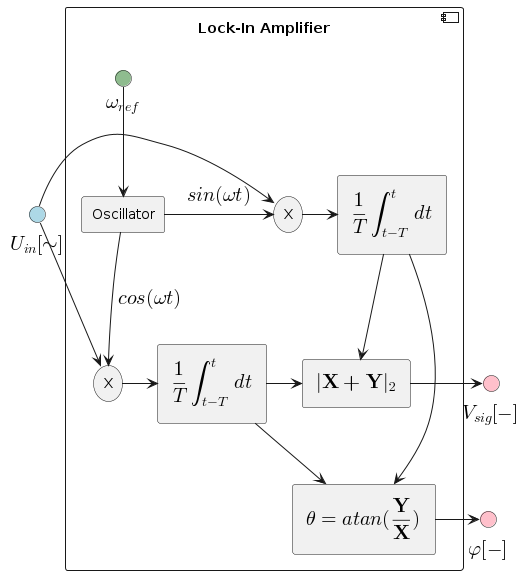
Earlier version of the PlantUML export afm_spm_components/images/lockin.png (nsulmol/documentation).
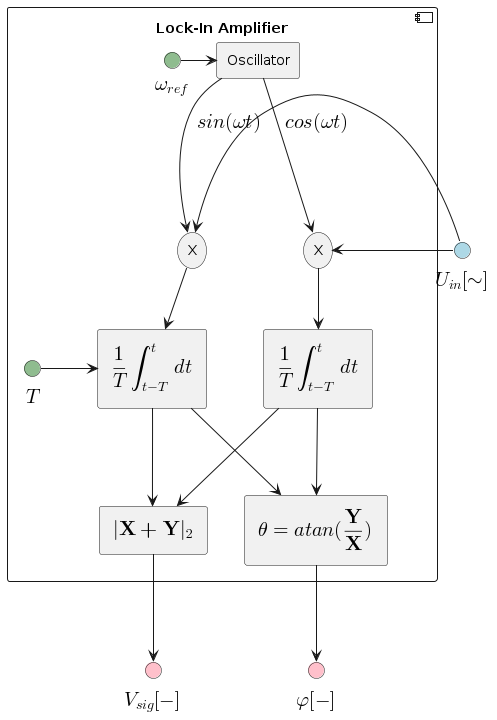
Later version of the same file.

What changed in the source:
```diff
@@ -5,37 +5,44 @@
 
 component "Lock-In Amplifier" as lockin {
   interface "<latex>\omega_{ref}</latex>" <<param>> as ang_freq
+  interface "<latex>T</latex>" <<param>> as avg_cycles
   rectangle "Oscillator" as sine_gen
-  rectangle "<latex>\frac{1}{T}\int_{t-T}^{t}dt</latex>" as integrator1
-  rectangle "<latex>\frac{1}{T}\int_{t-T}^{t}dt</latex>" as integrator2
-  storage X as x1
-  storage X as x2
   rectangle "<latex>|\textbf{X+Y}|_2</latex>" as l2_norm
   rectangle "<latex>\theta=atan(\frac{\textbf{Y}}{\textbf{X}})</latex>" as phase_calc
 
-  u_in -r-> x1
-  u_in -r-> x2
-  ang_freq -d-> sine_gen
-  sine_gen -> x1: "<latex>sin(\omega t)</latex>"
-  sine_gen -> x2: "<latex>cos(\omega t)</latex>"
-  x1 -r-> integrator1
-  x2 -r-> integrator2
+  ang_freq -> sine_gen
 
-  integrator1 -r-> l2_norm
-  integrator2 -r-> l2_norm
-  integrator1 -r-> phase_calc
-  integrator2 -r-> phase_calc
+  package " " <<layout>> as integrator_blocks {
+    package " " <<layout>> as integrator_block_sin {
+      storage X as x_sin
+      rectangle "<latex>\frac{1}{T}\int_{t-T}^{t}dt</latex>" as integrator_sin
 
-  l2_norm -[hidden]down- phase_calc
-  sine_gen -[hidden]right- x1
-  sine_gen -[hidden]right- x2
-  integrator1 -[hidden]down- integrator2
-  x1 -[hidden]down- x2
+      u_in -> x_sin
+      sine_gen --> x_sin: "<latex>sin(\omega t)</latex>"
+      x_sin --> integrator_sin
+    }
+
+    package " " <<layout>> as integrator_block_cos {
+      storage X as x_cos
+      rectangle "<latex>\frac{1}{T}\int_{t-T}^{t}dt</latex>" as integrator_cos
+
+      u_in -> x_cos
+      sine_gen --> x_cos: "<latex>cos(\omega t)</latex>"
+      x_cos --> integrator_cos
+    }
+  }
+
+  avg_cycles -> integrator_sin
+
+  integrator_sin --> l2_norm
+  integrator_cos --> l2_norm
+  integrator_sin --> phase_calc
+  integrator_cos --> phase_calc
 }
 
 interface "<latex>V_{sig}[-]</latex>" <<output>> as v_sig
 interface "<latex>\varphi[-]</latex>" <<output>> as phi
 
-l2_norm -> v_sig
-phase_calc -> phi
+l2_norm --> v_sig
+phase_calc --> phi
 @enduml
```
